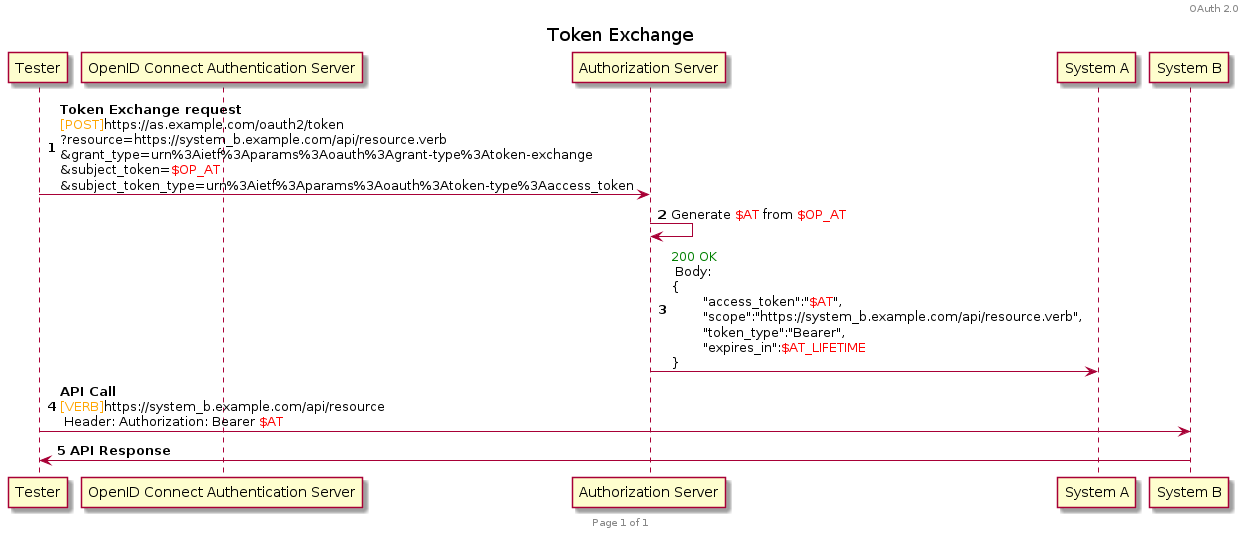
The PlantUML diagram plantuml/oauth2/token_exchange_system_impersonation.png in HenriLefevrePro/Articles, before a commit. Its diagram source:
```plantuml
@startuml

header OAuth 2.0
footer Page %page% of %lastpage%

title Token Exchange
autonumber

participant T as "Tester"
participant OP as "OpenID Connect Authentication Server"
participant Auth as "Authorization Server"
participant A as "System A"
participant B as "System B"

T -> Auth : **Token Exchange request**\n<font color=orange>[POST]</font>https://as.example.com/oauth2/token\n?resource=https://system_b.example.com/api/resource.verb\n&grant_type=urn%3Aietf%3Aparams%3Aoauth%3Agrant-type%3Atoken-exchange\n&subject_token=<font color=red>$OP_AT</font>\n&subject_token_type=urn%3Aietf%3Aparams%3Aoauth%3Atoken-type%3Aaccess_token
Auth -> Auth : Generate <font color=red>$AT</font> from <font color=red>$OP_AT</font>
Auth -> A : <font color=green>200 OK</font> \n Body: \n{\n\t"access_token":"<font color=red>$AT</font>",\n\t"scope":"https://system_b.example.com/api/resource.verb",\n\t"token_type":"Bearer",\n\t"expires_in":<font color=red>$AT_LIFETIME</font>\n}

T -> B : **API Call** \n<font color=orange>[VERB]</font>https://system_b.example.com/api/resource\n Header: Authorization: Bearer <font color=red>$AT</font>
B -> T : **API Response**
@enduml
```
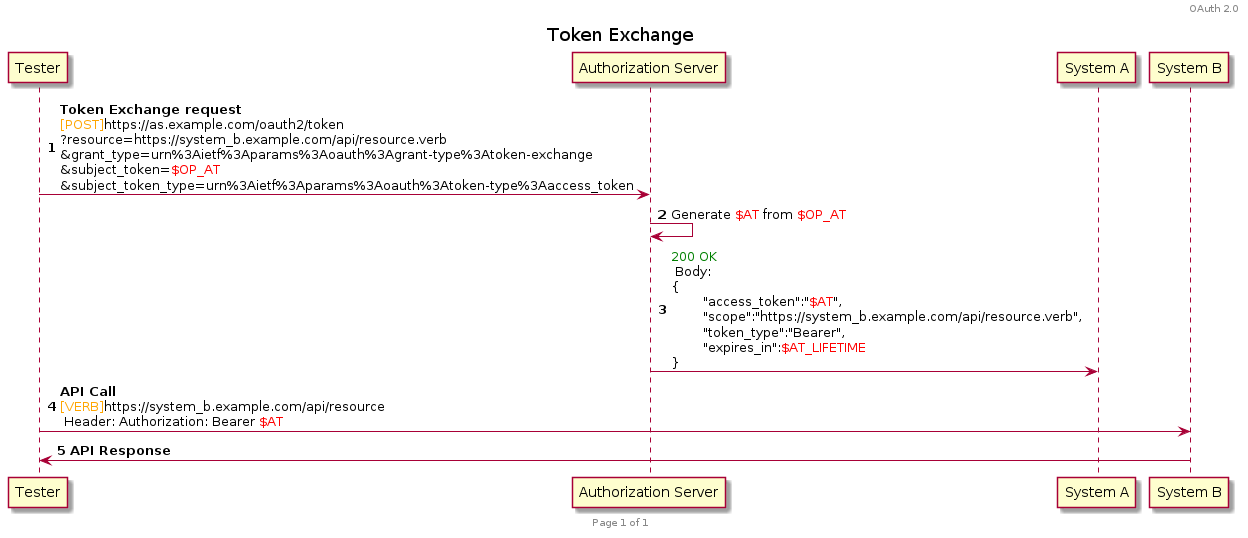
The same file after the commit.

Commit message:
[GitHub Actions] Generate PNG images for PlantUML diagrams

The edit, as a diff of the source:
```diff
@@ -7,7 +7,6 @@
 autonumber
 
 participant T as "Tester"
-participant OP as "OpenID Connect Authentication Server"
 participant Auth as "Authorization Server"
 participant A as "System A"
 participant B as "System B"
```
